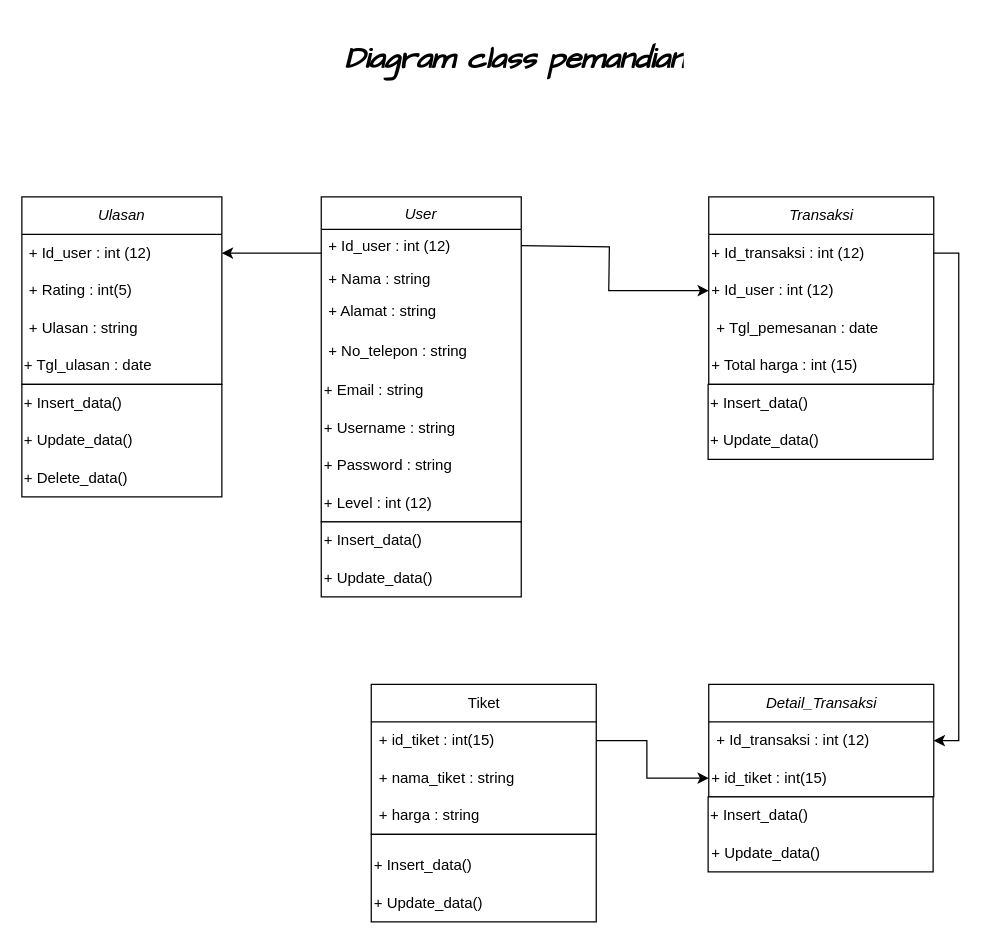
Before: pemandian.drawio in Aiyub150/DiagramClass_Pemandian, a draw.io diagram. Source tidied: cells renumbered, new cells numbered last; positions are measured from the earlier drawing's top-left corner, leaving out a move shared by most shapes. Both pictures are drawn from the tidied source at 125%, with x=0, y=0 at pixel (21, 34).
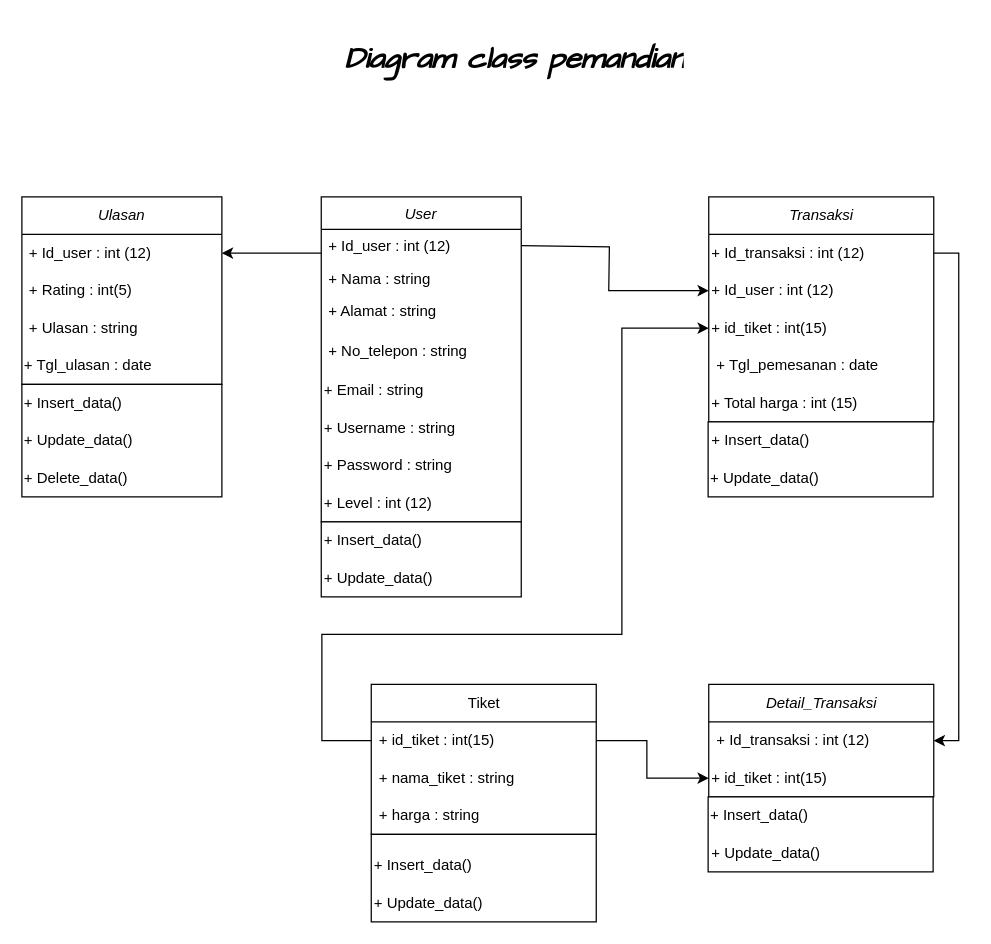
The same diagram, later.

Unchanged cells that the change refers to:
```xml
<mxCell id="42" value="+ id_tiket : int(15)" style="text;strokeColor=none;fillColor=none;align=left;verticalAlign=middle;spacingLeft=4;spacingRight=4;overflow=hidden;points=[[0,0.5],[1,0.5]];portConstraint=eastwest;whiteSpace=wrap;html=1;" parent="41" vertex="1">
  <mxGeometry y="30" width="180" height="30" as="geometry" />
</mxCell>
```

Diff of the diagram source:
```diff
@@
     <mxCell id="12" value="Transaksi" style="swimlane;fontStyle=2;horizontal=1;startSize=30;whiteSpace=wrap;html=1;align=center;" parent="1" vertex="1">
-      <mxGeometry x="549.5" y="130" width="180" height="150" as="geometry" />
+      <mxGeometry x="549.5" y="130" width="180" height="180" as="geometry" />
     </mxCell>
@@
+    <mxCell id="49" value="+ id_tiket : int(15)" style="text;html=1;strokeColor=none;fillColor=none;align=left;verticalAlign=middle;whiteSpace=wrap;rounded=0;" parent="12" vertex="1">
+      <mxGeometry y="90" width="180" height="30" as="geometry" />
+    </mxCell>
     <mxCell id="15" value="+ Tgl_pemesanan : date" style="text;strokeColor=none;fillColor=none;align=left;verticalAlign=middle;spacingLeft=4;spacingRight=4;overflow=hidden;whiteSpace=wrap;html=1;" parent="12" vertex="1">
-      <mxGeometry y="90" width="180" height="30" as="geometry" />
+      <mxGeometry y="120" width="180" height="30" as="geometry" />
     </mxCell>
     <mxCell id="16" value="+ Total harga : int (15)" style="text;html=1;align=left;verticalAlign=middle;strokeColor=none;fillColor=none;" parent="12" vertex="1">
-      <mxGeometry y="120" width="180" height="30" as="geometry" />
+      <mxGeometry y="150" width="180" height="30" as="geometry" />
     </mxCell>
@@
     <mxCell id="36" style="rounded=0;whiteSpace=wrap;html=1;" parent="1" vertex="1">
-      <mxGeometry x="549" y="280" width="180" height="60" as="geometry" />
+      <mxGeometry x="549" y="310" width="180" height="60" as="geometry" />
     </mxCell>
     <mxCell id="37" value="+ Insert_data()" style="text;html=1;strokeColor=none;fillColor=none;align=left;verticalAlign=middle;whiteSpace=wrap;rounded=0;" parent="1" vertex="1">
-      <mxGeometry x="549" y="280" width="180" height="30" as="geometry" />
+      <mxGeometry x="550" y="310" width="180" height="30" as="geometry" />
     </mxCell>
     <mxCell id="38" value="+ Update_data()" style="text;html=1;strokeColor=none;fillColor=none;align=left;verticalAlign=middle;whiteSpace=wrap;rounded=0;" parent="1" vertex="1">
-      <mxGeometry x="549" y="310" width="180" height="30" as="geometry" />
+      <mxGeometry x="549" y="340" width="180" height="30" as="geometry" />
     </mxCell>
@@
+    <mxCell id="50" style="endArrow=classic;html=1;rounded=0;exitX=0;exitY=0.5;exitDx=0;exitDy=0;entryX=0;entryY=0.5;entryDx=0;entryDy=0;" parent="1" edge="1" source="42" target="49">
+      <mxGeometry relative="1" as="geometry">
+        <Array as="points">
+          <mxPoint x="240" y="565" />
+          <mxPoint x="240" y="520" />
+          <mxPoint x="240" y="480" />
+          <mxPoint x="480" y="480" />
+          <mxPoint x="480" y="235" />
+        </Array>
+      </mxGeometry>
+    </mxCell>
```
